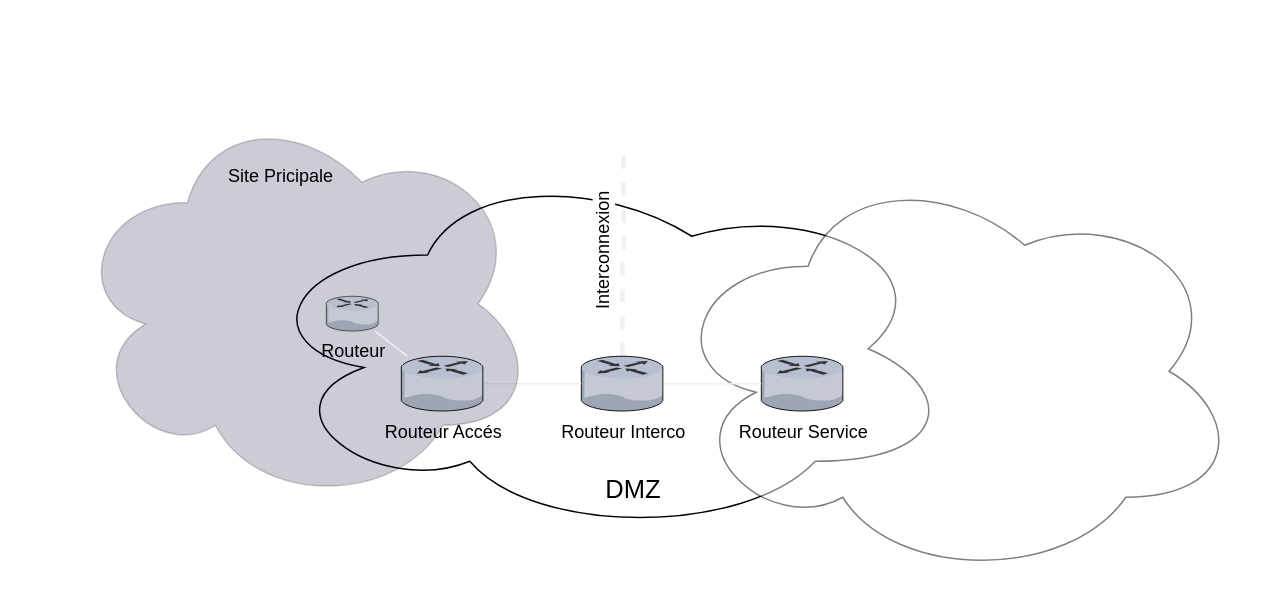
Earlier version of the draw.io diagram schema.drawio (DinoGurnari/Projet_Interco_GroupeA4). Source tidied: cells renumbered, new cells numbered last; positions are measured from the earlier drawing's top-left corner, leaving out a move shared by most shapes. Both pictures are drawn from the tidied source at 150%, with x=0, y=0 at pixel (70, 100).
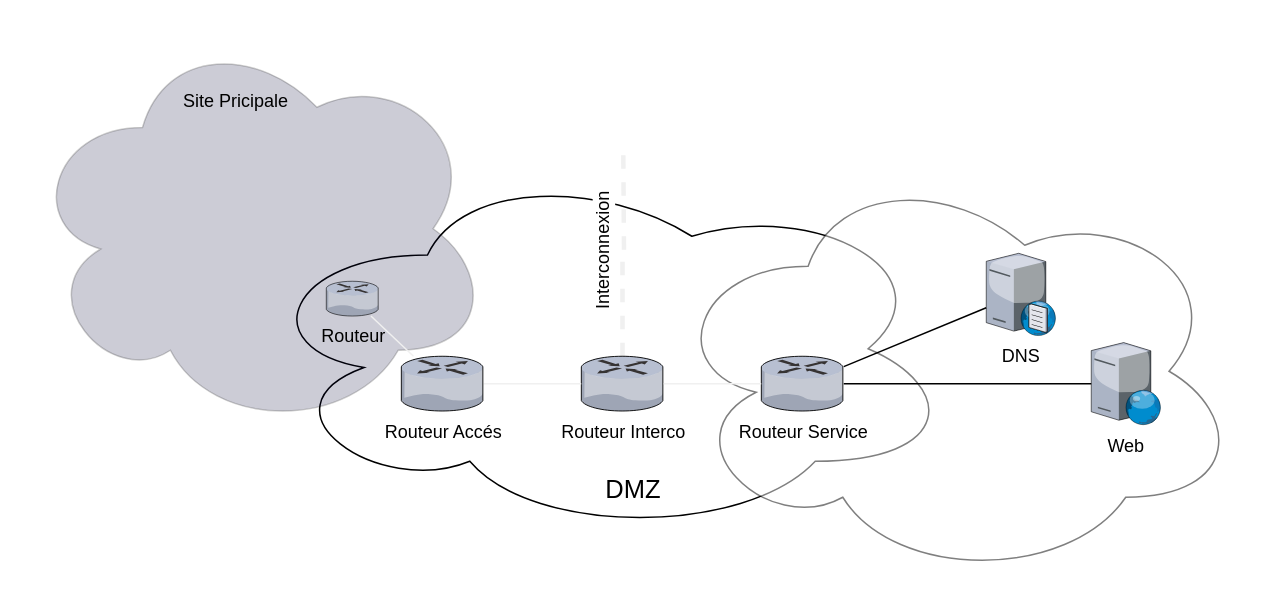
After the change.

Unchanged cells that the change refers to:
```xml
<mxCell id="7" value="Routeur Service" style="verticalLabelPosition=bottom;html=1;verticalAlign=top;strokeColor=none;align=center;outlineConnect=0;shape=mxgraph.citrix.router;" parent="1" vertex="1">
  <mxGeometry x="460" y="170" width="55" height="36.5" as="geometry" />
</mxCell>
```

Change to the diagram source:
```diff
@@
     <mxCell id="10" style="ellipse;shape=cloud;whiteSpace=wrap;html=1;opacity=20;fillColor=#000033;" parent="1" vertex="1">
-      <mxGeometry width="310" height="270" as="geometry" />
+      <mxGeometry x="-30" y="-50" width="310" height="270" as="geometry" />
     </mxCell>
@@
     <mxCell id="12" value="Routeur" style="verticalLabelPosition=bottom;html=1;verticalAlign=top;strokeColor=none;align=center;outlineConnect=0;shape=mxgraph.citrix.router;" parent="1" vertex="1">
-      <mxGeometry x="170" y="130" width="35" height="23.2" as="geometry" />
+      <mxGeometry x="170" y="120" width="35" height="23.2" as="geometry" />
     </mxCell>
@@
     <mxCell id="14" value="Site Pricipale" style="text;html=1;strokeColor=none;fillColor=none;align=center;verticalAlign=middle;whiteSpace=wrap;rounded=0;opacity=20;" parent="1" vertex="1">
-      <mxGeometry x="100" y="40" width="80" height="20" as="geometry" />
+      <mxGeometry x="70" y="-10" width="80" height="20" as="geometry" />
     </mxCell>
@@
+    <mxCell id="16" value="DNS" style="verticalLabelPosition=bottom;html=1;verticalAlign=top;strokeColor=none;align=center;outlineConnect=0;shape=mxgraph.citrix.dns_server;" parent="1" vertex="1">
+      <mxGeometry x="610" y="100" width="46.5" height="56.2" as="geometry" />
+    </mxCell>
+    <mxCell id="17" value="Web" style="verticalLabelPosition=bottom;html=1;verticalAlign=top;strokeColor=none;align=center;outlineConnect=0;shape=mxgraph.citrix.web_server;" parent="1" vertex="1">
+      <mxGeometry x="680" y="160.9" width="46.5" height="54.7" as="geometry" />
+    </mxCell>
+    <mxCell id="18" style="endArrow=none;html=1;" parent="1" edge="1" source="7" target="16">
+      <mxGeometry relative="1" as="geometry" />
+    </mxCell>
+    <mxCell id="19" style="endArrow=none;html=1;" parent="1" edge="1" source="7" target="17">
+      <mxGeometry relative="1" as="geometry" />
+    </mxCell>
```
